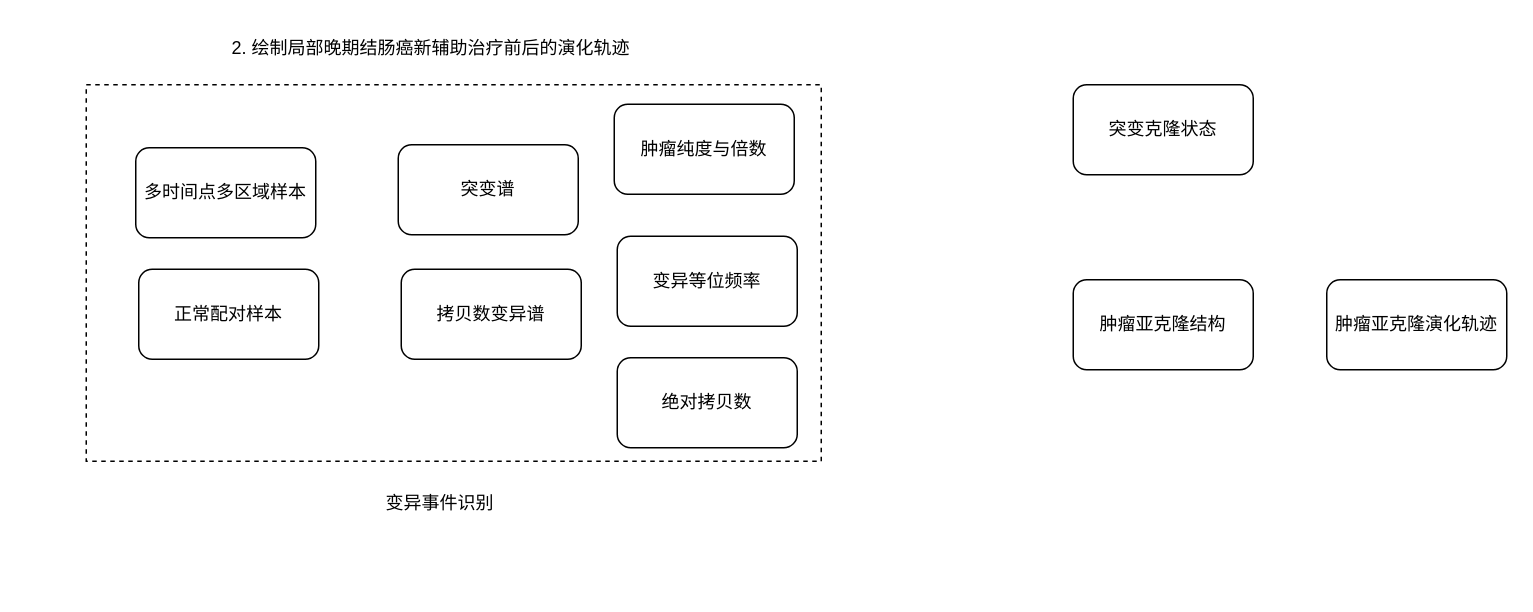
This is Untitled Diagram.drawio from HushWay/MyTypora, a draw.io file, before an edit. Source tidied: cells renumbered, new cells numbered last; positions are measured from the earlier drawing's top-left corner, leaving out a move shared by most shapes. Both pictures are drawn from the tidied source at 150%, with x=0, y=0 at pixel (26, 26).
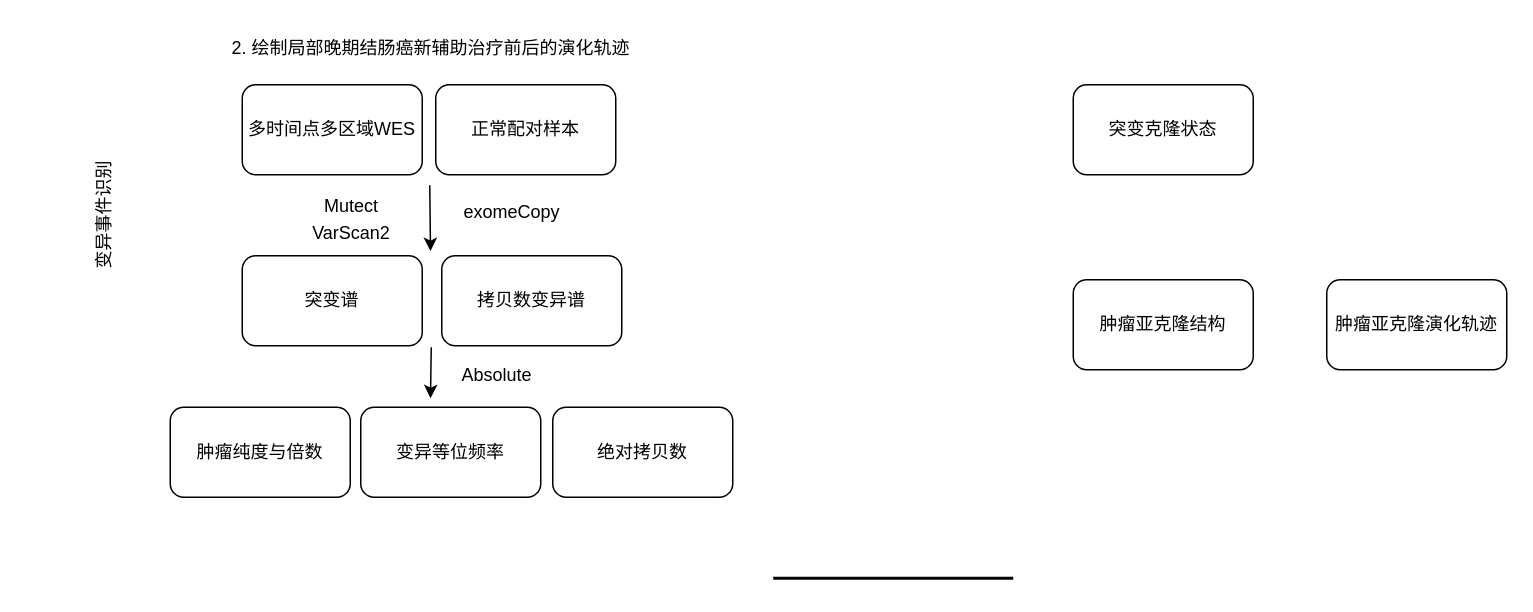
After the change.

Commit message:
文字版流程图.drawio

Diff of the diagram source:
```diff
@@
-    <mxCell id="3" value="多时间点多区域样本" style="rounded=1;whiteSpace=wrap;html=1;" parent="1" vertex="1">
-      <mxGeometry x="73" y="81" width="120" height="60" as="geometry" />
+    <mxCell id="3" value="多时间点多区域WES" style="rounded=1;whiteSpace=wrap;html=1;" parent="1" vertex="1">
+      <mxGeometry x="144" y="39" width="120" height="60" as="geometry" />
     </mxCell>
     <mxCell id="4" value="正常配对样本" style="rounded=1;whiteSpace=wrap;html=1;" parent="1" vertex="1">
-      <mxGeometry x="75" y="162" width="120" height="60" as="geometry" />
+      <mxGeometry x="273" y="39" width="120" height="60" as="geometry" />
     </mxCell>
     <mxCell id="5" value="突变谱" style="rounded=1;whiteSpace=wrap;html=1;" parent="1" vertex="1">
-      <mxGeometry x="248" y="79" width="120" height="60" as="geometry" />
+      <mxGeometry x="144" y="153" width="120" height="60" as="geometry" />
     </mxCell>
     <mxCell id="6" value="拷贝数变异谱" style="rounded=1;whiteSpace=wrap;html=1;" parent="1" vertex="1">
-      <mxGeometry x="250" y="162" width="120" height="60" as="geometry" />
+      <mxGeometry x="277" y="153" width="120" height="60" as="geometry" />
     </mxCell>
+    <mxCell id="10" value="突变克隆状态" style="rounded=1;whiteSpace=wrap;html=1;" parent="1" vertex="1">
+      <mxGeometry x="698" y="39" width="120" height="60" as="geometry" />
+    </mxCell>
+    <mxCell id="11" value="肿瘤亚克隆结构" style="rounded=1;whiteSpace=wrap;html=1;" parent="1" vertex="1">
+      <mxGeometry x="698" y="169" width="120" height="60" as="geometry" />
+    </mxCell>
+    <mxCell id="12" value="肿瘤亚克隆演化轨迹" style="rounded=1;whiteSpace=wrap;html=1;" parent="1" vertex="1">
+      <mxGeometry x="867" y="169" width="120" height="60" as="geometry" />
+    </mxCell>
+    <mxCell id="14" value="变异事件识别" style="text;html=1;strokeColor=none;fillColor=none;align=center;verticalAlign=middle;whiteSpace=wrap;rounded=0;rotation=-90;" parent="1" vertex="1">
+      <mxGeometry x="-6" y="111" width="117" height="30" as="geometry" />
+    </mxCell>
+    <mxCell id="15" value="exomeCopy" style="text;html=1;strokeColor=none;fillColor=none;align=center;verticalAlign=middle;whiteSpace=wrap;rounded=0;dashed=1;" parent="1" vertex="1">
+      <mxGeometry x="294" y="109" width="60" height="30" as="geometry" />
+    </mxCell>
+    <mxCell id="16" value="Mutect" style="text;html=1;strokeColor=none;fillColor=none;align=center;verticalAlign=middle;whiteSpace=wrap;rounded=0;dashed=1;" parent="1" vertex="1">
+      <mxGeometry x="187" y="105" width="60" height="30" as="geometry" />
+    </mxCell>
+    <mxCell id="17" value="VarScan2" style="text;html=1;strokeColor=none;fillColor=none;align=center;verticalAlign=middle;whiteSpace=wrap;rounded=0;dashed=1;" parent="1" vertex="1">
+      <mxGeometry x="187" y="123" width="60" height="30" as="geometry" />
+    </mxCell>
+    <mxCell id="18" style="endArrow=classic;html=1;rounded=0;" parent="1" edge="1">
+      <mxGeometry relative="1" as="geometry">
+        <mxPoint x="269" y="106" as="sourcePoint" />
+        <mxPoint x="269.5" y="149.9" as="targetPoint" />
+      </mxGeometry>
+    </mxCell>
+    <mxCell id="19" style="line;strokeWidth=2;html=1;shadow=0;sketch=0;fillColor=#000000;" parent="1" vertex="1">
+      <mxGeometry x="498" y="363" width="160" height="10" as="geometry" />
+    </mxCell>
+    <mxCell id="20" style="group;" parent="1" vertex="1">
+      <mxGeometry x="96" y="254" width="375" height="60" as="geometry" />
+    </mxCell>
-    <mxCell id="7" value="肿瘤纯度与倍数" style="rounded=1;whiteSpace=wrap;html=1;" parent="1" vertex="1">
-      <mxGeometry x="392" y="52" width="120" height="60" as="geometry" />
+    <mxCell id="7" value="肿瘤纯度与倍数" style="rounded=1;whiteSpace=wrap;html=1;" parent="20" vertex="1">
+      <mxGeometry width="120" height="60" as="geometry" />
     </mxCell>
-    <mxCell id="8" value="变异等位频率" style="rounded=1;whiteSpace=wrap;html=1;" parent="1" vertex="1">
-      <mxGeometry x="394" y="140" width="120" height="60" as="geometry" />
+    <mxCell id="8" value="变异等位频率" style="rounded=1;whiteSpace=wrap;html=1;" parent="20" vertex="1">
+      <mxGeometry x="127" width="120" height="60" as="geometry" />
     </mxCell>
-    <mxCell id="9" value="绝对拷贝数" style="rounded=1;whiteSpace=wrap;html=1;" parent="1" vertex="1">
-      <mxGeometry x="394" y="221" width="120" height="60" as="geometry" />
+    <mxCell id="9" value="绝对拷贝数" style="rounded=1;whiteSpace=wrap;html=1;" parent="20" vertex="1">
+      <mxGeometry x="255" width="120" height="60" as="geometry" />
     </mxCell>
-    <mxCell id="10" value="突变克隆状态" style="rounded=1;whiteSpace=wrap;html=1;" parent="1" vertex="1">
-      <mxGeometry x="698" y="39" width="120" height="60" as="geometry" />
-    </mxCell>
-    <mxCell id="11" value="肿瘤亚克隆结构" style="rounded=1;whiteSpace=wrap;html=1;" parent="1" vertex="1">
-      <mxGeometry x="698" y="169" width="120" height="60" as="geometry" />
-    </mxCell>
-    <mxCell id="12" value="肿瘤亚克隆演化轨迹" style="rounded=1;whiteSpace=wrap;html=1;" parent="1" vertex="1">
-      <mxGeometry x="867" y="169" width="120" height="60" as="geometry" />
-    </mxCell>
-    <mxCell id="13" style="rounded=0;whiteSpace=wrap;html=1;dashed=1;fillColor=none;" parent="1" vertex="1">
-      <mxGeometry x="40" y="39" width="490" height="251" as="geometry" />
-    </mxCell>
-    <mxCell id="14" value="变异事件识别" style="text;html=1;strokeColor=none;fillColor=none;align=center;verticalAlign=middle;whiteSpace=wrap;rounded=0;" parent="1" vertex="1">
-      <mxGeometry x="228" y="303" width="96" height="30" as="geometry" />
-    </mxCell>
+    <mxCell id="21" style="endArrow=classic;html=1;rounded=0;" parent="1" edge="1">
+      <mxGeometry relative="1" as="geometry">
+        <mxPoint x="270" y="214" as="sourcePoint" />
+        <mxPoint x="269.5" y="248" as="targetPoint" />
+      </mxGeometry>
+    </mxCell>
+    <mxCell id="22" value="Absolute" style="text;html=1;strokeColor=none;fillColor=none;align=center;verticalAlign=middle;whiteSpace=wrap;rounded=0;shadow=0;sketch=0;" parent="1" vertex="1">
+      <mxGeometry x="284" y="218" width="60" height="30" as="geometry" />
+    </mxCell>
```
